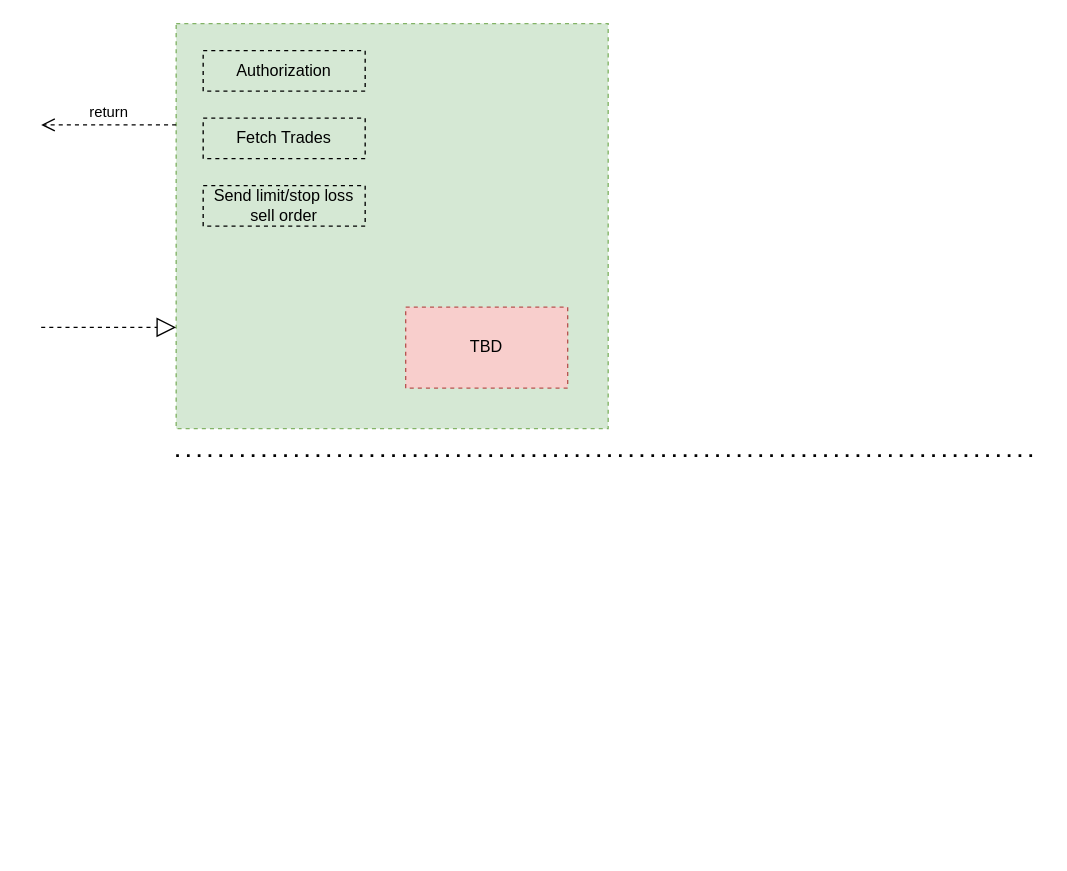
randomradio/cyzhao keeps this draw.io diagram as trade.drawio. Above is the earlier version. Source tidied: cells renumbered, new cells numbered last; positions are measured from the earlier drawing's top-left corner, leaving out a move shared by most shapes. Both pictures are drawn from the tidied source at 135%, with x=0, y=0 at pixel (40, 23).
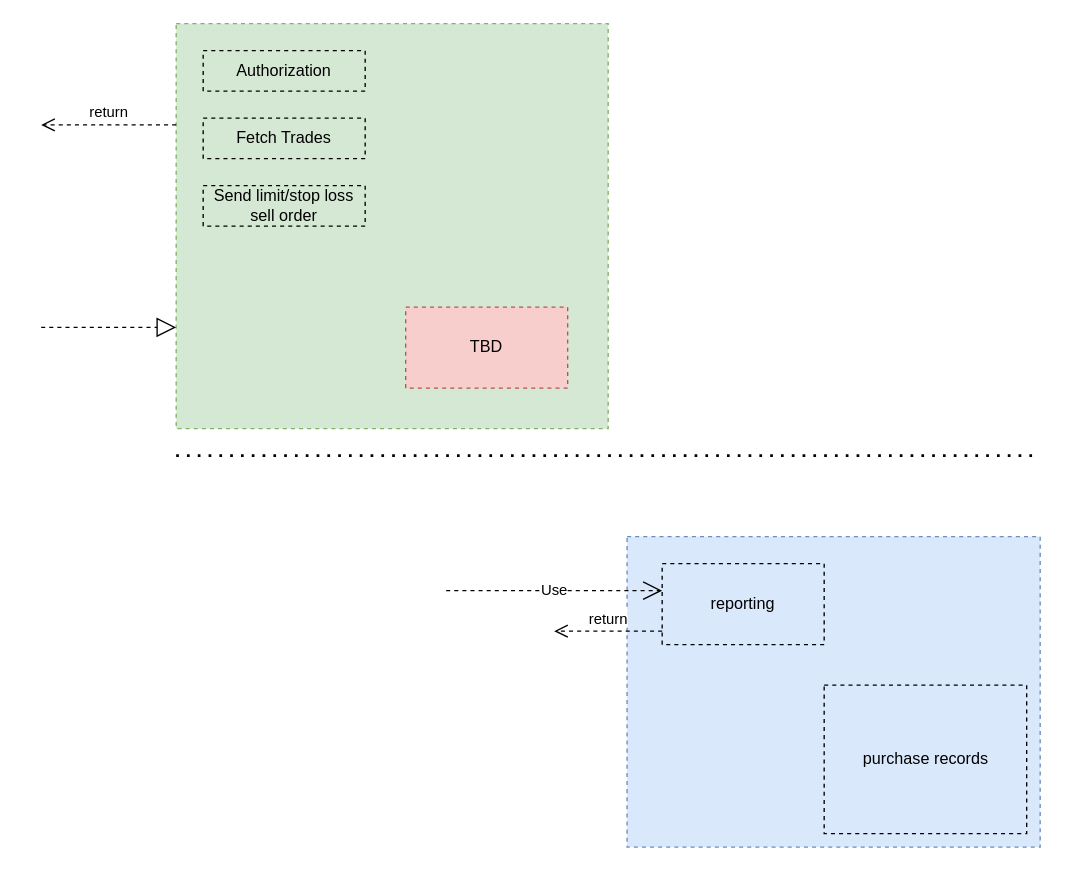
The same diagram, later.

Diff of the diagram source:
```diff
@@
 <mxGraphModel>
   <root>
     <mxCell id="0" />
     <mxCell id="1" parent="0" />
     <mxCell id="2" style="endArrow=none;dashed=1;html=1;dashPattern=1 3;strokeWidth=2;" parent="1" edge="1">
       <mxGeometry relative="1" as="geometry">
         <mxPoint x="100" y="320" as="sourcePoint" />
         <mxPoint x="740" y="320" as="targetPoint" />
       </mxGeometry>
     </mxCell>
     <mxCell id="3" style="rounded=0;whiteSpace=wrap;html=1;fillColor=#d5e8d4;dashed=1;strokeColor=#82b366;" parent="1" vertex="1">
       <mxGeometry x="100" width="320" height="300" as="geometry" />
     </mxCell>
     <mxCell id="4" value="Authorization" style="rounded=0;whiteSpace=wrap;html=1;dashed=1;fillColor=none;" parent="1" vertex="1">
       <mxGeometry x="120" y="20" width="120" height="30" as="geometry" />
     </mxCell>
     <mxCell id="5" value="Fetch Trades" style="rounded=0;whiteSpace=wrap;html=1;dashed=1;fillColor=none;" parent="1" vertex="1">
       <mxGeometry x="120" y="70" width="120" height="30" as="geometry" />
     </mxCell>
     <mxCell id="6" value="Send limit/stop loss sell order" style="rounded=0;whiteSpace=wrap;html=1;dashed=1;fillColor=none;" parent="1" vertex="1">
       <mxGeometry x="120" y="120" width="120" height="30" as="geometry" />
     </mxCell>
     <mxCell id="7" value="return" style="html=1;verticalAlign=bottom;endArrow=open;dashed=1;endSize=8;exitX=0;exitY=0.25;exitDx=0;exitDy=0;" parent="1" edge="1" source="3">
       <mxGeometry relative="1" as="geometry">
         <mxPoint y="75" as="targetPoint" />
       </mxGeometry>
     </mxCell>
     <mxCell id="8" style="endArrow=block;dashed=1;endFill=0;endSize=12;html=1;entryX=0;entryY=0.75;entryDx=0;entryDy=0;" parent="1" edge="1" target="3">
       <mxGeometry relative="1" as="geometry">
         <mxPoint y="225" as="sourcePoint" />
       </mxGeometry>
     </mxCell>
     <mxCell id="9" value="TBD" style="rounded=0;whiteSpace=wrap;html=1;dashed=1;fillColor=#f8cecc;strokeColor=#b85450;" parent="1" vertex="1">
       <mxGeometry x="270" y="210" width="120" height="60" as="geometry" />
     </mxCell>
+    <mxCell id="10" style="rounded=0;whiteSpace=wrap;html=1;dashed=1;fillColor=#dae8fc;strokeColor=#6c8ebf;" parent="1" vertex="1">
+      <mxGeometry x="434" y="380" width="306" height="230" as="geometry" />
+    </mxCell>
+    <mxCell id="11" value="reporting" style="rounded=0;whiteSpace=wrap;html=1;dashed=1;fillColor=none;" parent="1" vertex="1">
+      <mxGeometry x="460" y="400" width="120" height="60" as="geometry" />
+    </mxCell>
+    <mxCell id="12" value="Use" style="endArrow=open;endSize=12;dashed=1;html=1;" parent="1" edge="1">
+      <mxGeometry relative="1" as="geometry">
+        <mxPoint x="300" y="420" as="sourcePoint" />
+        <mxPoint x="460" y="420" as="targetPoint" />
+      </mxGeometry>
+    </mxCell>
+    <mxCell id="13" value="return" style="html=1;verticalAlign=bottom;endArrow=open;dashed=1;endSize=8;" parent="1" edge="1">
+      <mxGeometry relative="1" as="geometry">
+        <mxPoint x="460" y="450" as="sourcePoint" />
+        <mxPoint x="380" y="450" as="targetPoint" />
+      </mxGeometry>
+    </mxCell>
+    <mxCell id="14" value="purchase records" style="html=1;dashed=1;fillColor=none;" parent="1" vertex="1">
+      <mxGeometry x="580" y="490" width="150" height="110" as="geometry" />
+    </mxCell>
   </root>
 </mxGraphModel>
```
